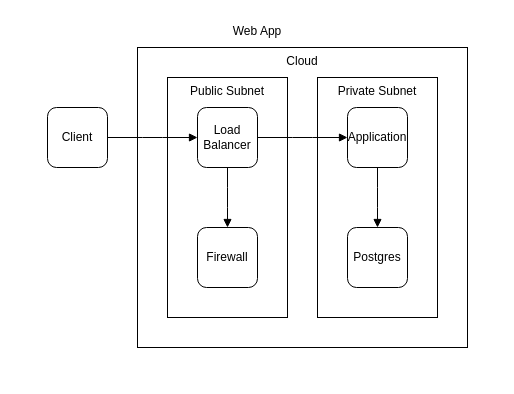
The draw.io diagram examples/web/2-components/output/app.drawio in dinghydev/dinghy, before the edit. Source tidied: cells renumbered, new cells numbered last; positions are measured from the earlier drawing's top-left corner, leaving out a move shared by most shapes. Both pictures are drawn from the tidied source at 100%, with x=0, y=0 at pixel (17, 17).
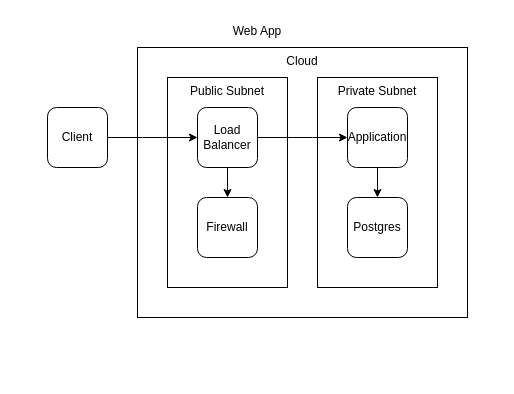
The same page after the edit.

Unchanged cells that the change refers to:
```xml
<mxCell id="3" value="Client" style="rounded=1;whiteSpace=wrap;verticalAlign=middle;align=center;" parent="2" vertex="1">
  <mxGeometry x="30" y="90" width="60" height="60" as="geometry" />
</mxCell>
<mxCell id="6" value="Load Balancer" style="rounded=1;whiteSpace=wrap;verticalAlign=middle;align=center;" parent="5" vertex="1">
  <mxGeometry x="30" y="30" width="60" height="60" as="geometry" />
</mxCell>
<mxCell id="9" value="Application" style="rounded=1;whiteSpace=wrap;verticalAlign=middle;align=center;" parent="8" vertex="1">
  <mxGeometry x="30" y="30" width="60" height="60" as="geometry" />
</mxCell>
```

Diff of the diagram source:
```diff
@@
-    <mxCell id="2" value="Web App" style="align=center;strokeColor=none;verticalAlign=top;" parent="1" vertex="1">
-      <mxGeometry width="480" height="360" as="geometry" />
+    <mxCell id="2" value="Web App" style="verticalAlign=top;align=center;spacingLeft=5;spacingRight=5;spacingBottom=5;strokeColor=none;" parent="1" vertex="1">
+      <mxGeometry width="480" height="330" as="geometry" />
     </mxCell>
@@
-    <mxCell id="4" value="Cloud" style="align=center;spacingLeft=5;spacingRight=5;spacingBottom=5;verticalAlign=top;" parent="2" vertex="1">
-      <mxGeometry x="120" y="30" width="330" height="300" as="geometry" />
+    <mxCell id="4" value="Cloud" style="verticalAlign=top;align=center;spacingLeft=5;spacingRight=5;spacingBottom=5;" parent="2" vertex="1">
+      <mxGeometry x="120" y="30" width="330" height="270" as="geometry" />
     </mxCell>
-    <mxCell id="5" value="Public Subnet" style="align=center;spacingLeft=5;spacingRight=5;spacingBottom=5;verticalAlign=top;" parent="4" vertex="1">
-      <mxGeometry x="30" y="30" width="120" height="240" as="geometry" />
+    <mxCell id="5" value="Public Subnet" style="verticalAlign=top;align=center;spacingLeft=5;spacingRight=5;spacingBottom=5;" parent="4" vertex="1">
+      <mxGeometry x="30" y="30" width="120" height="210" as="geometry" />
     </mxCell>
@@
     <mxCell id="7" value="Firewall" style="rounded=1;whiteSpace=wrap;verticalAlign=middle;align=center;" parent="5" vertex="1">
-      <mxGeometry x="30" y="150" width="60" height="60" as="geometry" />
+      <mxGeometry x="30" y="120" width="60" height="60" as="geometry" />
     </mxCell>
-    <mxCell id="8" value="Private Subnet" style="align=center;spacingLeft=5;spacingRight=5;spacingBottom=5;verticalAlign=top;" parent="4" vertex="1">
-      <mxGeometry x="180" y="30" width="120" height="240" as="geometry" />
+    <mxCell id="8" value="Private Subnet" style="verticalAlign=top;align=center;spacingLeft=5;spacingRight=5;spacingBottom=5;" parent="4" vertex="1">
+      <mxGeometry x="180" y="30" width="120" height="210" as="geometry" />
     </mxCell>
@@
     <mxCell id="10" value="Postgres" style="rounded=1;whiteSpace=wrap;verticalAlign=middle;align=center;" parent="8" vertex="1">
-      <mxGeometry x="30" y="150" width="60" height="60" as="geometry" />
+      <mxGeometry x="30" y="120" width="60" height="60" as="geometry" />
     </mxCell>
-    <mxCell id="11" style="edgeStyle=orthogonalEdgeStyle;rounded=1;jettySize=auto;html=1;startArrow=none;startFill=0;endArrow=block;endFill=1;" parent="1" edge="1" source="3" target="6">
+    <mxCell id="11" style="edgeStyle=orthogonalEdgeStyle;" parent="1" edge="1" source="3" target="6">
       <mxGeometry relative="1" as="geometry">
         <Array as="points">
           <mxPoint x="135" y="120" />
           <mxPoint x="135" y="120" />
         </Array>
       </mxGeometry>
     </mxCell>
-    <mxCell id="12" style="edgeStyle=orthogonalEdgeStyle;rounded=1;jettySize=auto;html=1;startArrow=none;startFill=0;endArrow=block;endFill=1;" parent="1" edge="1" source="6" target="7">
+    <mxCell id="12" style="edgeStyle=orthogonalEdgeStyle;" parent="1" edge="1" source="6" target="7">
       <mxGeometry relative="1" as="geometry">
         <Array as="points">
-          <mxPoint x="210" y="180" />
-          <mxPoint x="210" y="180" />
+          <mxPoint x="210" y="165" />
+          <mxPoint x="210" y="165" />
         </Array>
       </mxGeometry>
     </mxCell>
-    <mxCell id="13" style="edgeStyle=orthogonalEdgeStyle;rounded=1;jettySize=auto;html=1;startArrow=none;startFill=0;endArrow=block;endFill=1;" parent="1" edge="1" source="6" target="9">
+    <mxCell id="13" style="edgeStyle=orthogonalEdgeStyle;" parent="1" edge="1" source="6" target="9">
       <mxGeometry relative="1" as="geometry">
         <Array as="points">
           <mxPoint x="285" y="120" />
           <mxPoint x="285" y="120" />
         </Array>
       </mxGeometry>
     </mxCell>
-    <mxCell id="14" style="edgeStyle=orthogonalEdgeStyle;rounded=1;jettySize=auto;html=1;startArrow=none;startFill=0;endArrow=block;endFill=1;" parent="1" edge="1" source="9" target="10">
+    <mxCell id="14" style="edgeStyle=orthogonalEdgeStyle;" parent="1" edge="1" source="9" target="10">
       <mxGeometry relative="1" as="geometry">
         <Array as="points">
-          <mxPoint x="360" y="180" />
-          <mxPoint x="360" y="180" />
+          <mxPoint x="360" y="165" />
+          <mxPoint x="360" y="165" />
         </Array>
       </mxGeometry>
     </mxCell>
```
